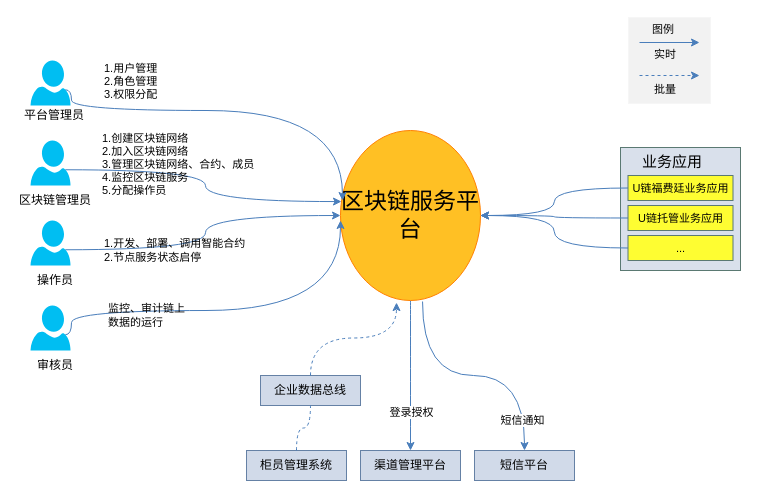
The draw.io diagram repository/drawio/postb/系统上下文_yc.drawio in dilide/collections, before the edit. Source tidied: cells renumbered, new cells numbered last; positions are measured from the earlier drawing's top-left corner, leaving out a move shared by most shapes. Both pictures are drawn from the tidied source at 100%, with x=0, y=0 at pixel (17, 17).
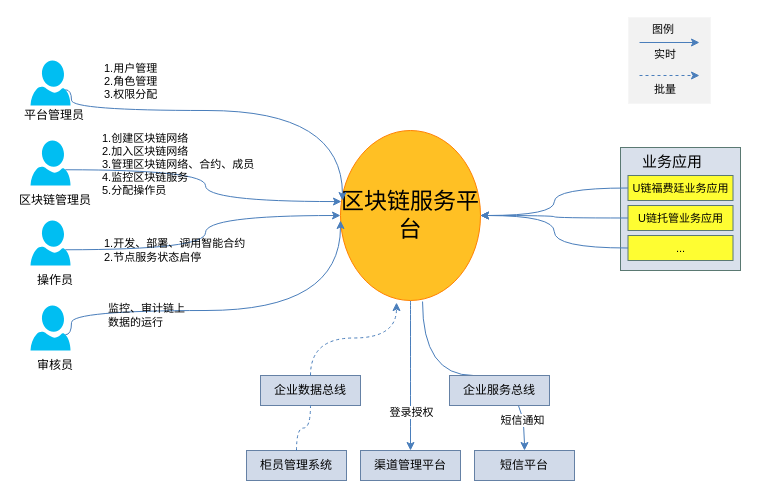
The same page after the edit.

Commit message:
Update 系统上下文_yc.drawio

The edit, as a diff of the source:
```diff
@@
+    <mxCell id="43" value="企业服务总线" style="rounded=0;whiteSpace=wrap;html=1;fontSize=12;fillColor=#D1DAE9;strokeColor=#6581A5;" parent="1" vertex="1">
+      <mxGeometry x="432" y="358" width="100" height="30" as="geometry" />
+    </mxCell>
```
